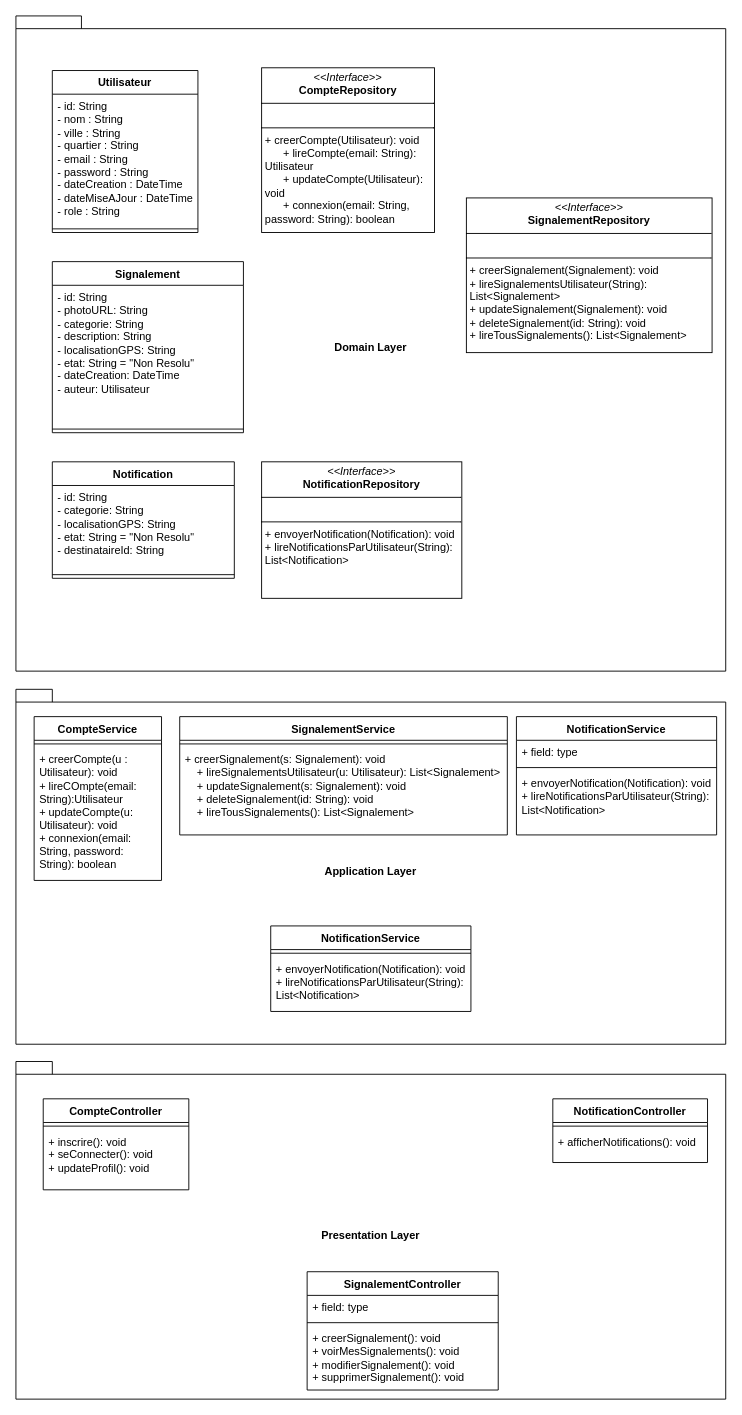
Earlier version of the draw.io diagram diagrams/smartCite_Diagramme_Classe.drawio (VYoungui/SmartCite). Source tidied: cells renumbered, new cells numbered last; positions are measured from the earlier drawing's top-left corner, leaving out a move shared by most shapes. Both pictures are drawn from the tidied source at 91%, with x=0, y=0 at pixel (15, 15).
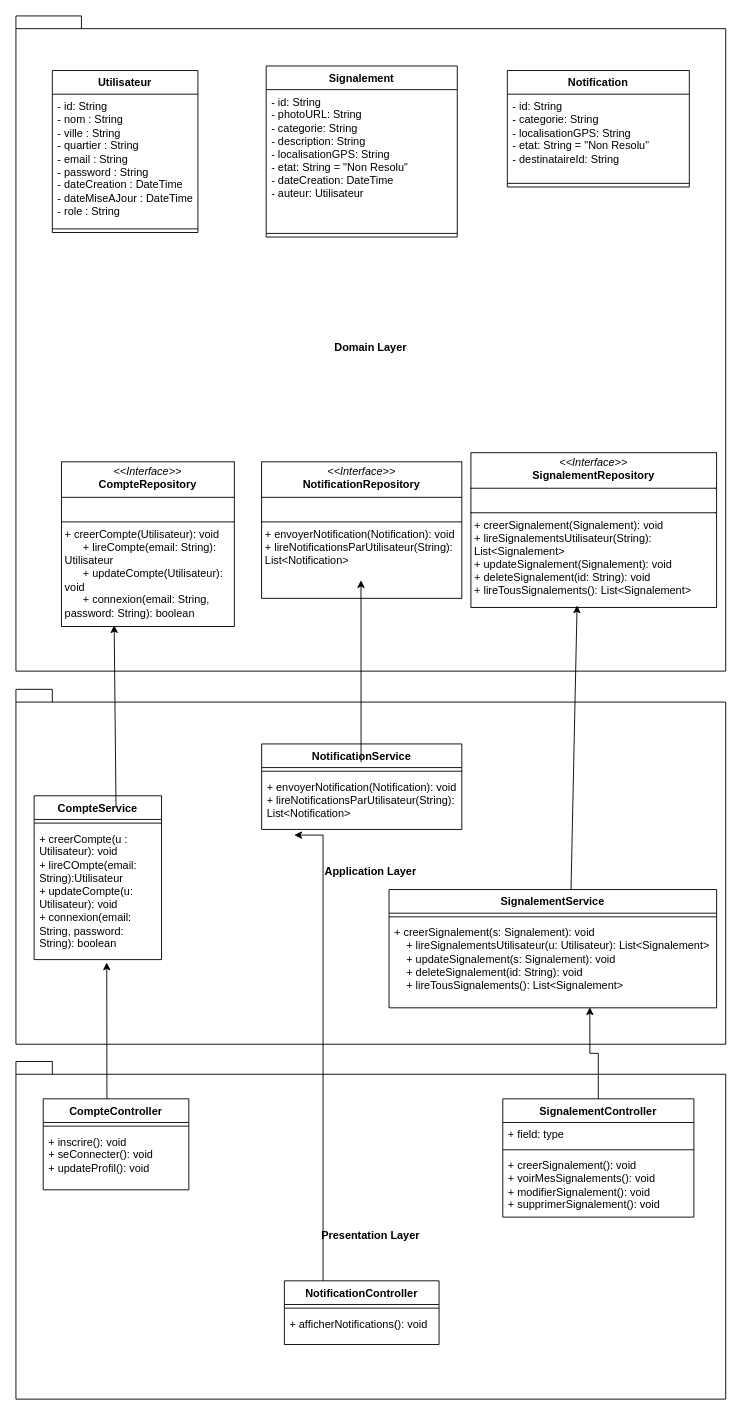
After the change.

Commit message (it also covers changes not shown here):
Mettre à jour smartCite_Diagramme_Classe.drawio

The change refers to these unchanged cells:
```xml
<mxCell id="17" value="+ creerCompte(u : Utilisateur): void&lt;div&gt;+ lireCOmpte(email: String):Utilisateur&lt;/div&gt;&lt;div&gt;+ updateCompte(u: Utilisateur): void&lt;/div&gt;&lt;div&gt;+ connexion(email: String, password: String): boolean&lt;/div&gt;" style="text;strokeColor=none;fillColor=none;align=left;verticalAlign=top;spacingLeft=4;spacingRight=4;overflow=hidden;points=[[0,0.5],[1,0.5]];portConstraint=eastwest;whiteSpace=wrap;html=1;" parent="15" vertex="1">
  <mxGeometry y="34" width="140" height="146" as="geometry" />
</mxCell>
<mxCell id="21" value="&lt;div&gt;+ creerSignalement(s: Signalement): void&lt;/div&gt;&lt;div&gt;&amp;nbsp; &amp;nbsp; + lireSignalementsUtilisateur(u: Utilisateur): List&amp;lt;Signalement&amp;gt;&lt;/div&gt;&lt;div&gt;&amp;nbsp; &amp;nbsp; + updateSignalement(s: Signalement): void&lt;/div&gt;&lt;div&gt;&amp;nbsp; &amp;nbsp; + deleteSignalement(id: String): void&lt;/div&gt;&lt;div&gt;&amp;nbsp; &amp;nbsp; + lireTousSignalements(): List&amp;lt;Signalement&amp;gt;&lt;/div&gt;" style="text;strokeColor=none;fillColor=none;align=left;verticalAlign=top;spacingLeft=4;spacingRight=4;overflow=hidden;points=[[0,0.5],[1,0.5]];portConstraint=eastwest;whiteSpace=wrap;html=1;" parent="19" vertex="1">
  <mxGeometry y="34" width="360" height="96" as="geometry" />
</mxCell>
<mxCell id="28" value="&lt;div&gt;+ envoyerNotification(Notification): void&lt;/div&gt;&lt;div&gt;+ lireNotificationsParUtilisateur(String): List&amp;lt;Notification&amp;gt;&lt;/div&gt;" style="text;strokeColor=none;fillColor=none;align=left;verticalAlign=top;spacingLeft=4;spacingRight=4;overflow=hidden;points=[[0,0.5],[1,0.5]];portConstraint=eastwest;whiteSpace=wrap;html=1;" parent="26" vertex="1">
  <mxGeometry y="34" width="220" height="60" as="geometry" />
</mxCell>
```

What changed in the source:
```diff
@@
     <mxCell id="6" value="Signalement" style="swimlane;fontStyle=1;align=center;verticalAlign=top;horizontal=1;startSize=26;whiteSpace=wrap;html=1;" parent="1" vertex="1">
-      <mxGeometry x="40" y="270" width="210" height="188" as="geometry" />
+      <mxGeometry x="275" y="55" width="210" height="188" as="geometry" />
     </mxCell>
@@
     <mxCell id="9" value="&lt;p style=&quot;margin:0px;margin-top:4px;text-align:center;&quot;&gt;&lt;i&gt;&amp;lt;&amp;lt;Interface&amp;gt;&amp;gt;&lt;/i&gt;&lt;br&gt;&lt;b&gt;CompteRepository&lt;/b&gt;&lt;/p&gt;&lt;hr size=&quot;1&quot; style=&quot;border-style:solid;&quot;&gt;&lt;p style=&quot;margin:0px;margin-left:4px;&quot;&gt;&lt;br&gt;&lt;/p&gt;&lt;hr size=&quot;1&quot; style=&quot;border-style:solid;&quot;&gt;&lt;p style=&quot;margin:0px;margin-left:4px;&quot;&gt;+ creerCompte(Utilisateur): void&lt;/p&gt;&lt;p style=&quot;margin:0px;margin-left:4px;&quot;&gt;&amp;nbsp; &amp;nbsp; &amp;nbsp; + lireCompte(email: String): Utilisateur&lt;/p&gt;&lt;p style=&quot;margin:0px;margin-left:4px;&quot;&gt;&amp;nbsp; &amp;nbsp; &amp;nbsp; + updateCompte(Utilisateur): void&lt;/p&gt;&lt;p style=&quot;margin:0px;margin-left:4px;&quot;&gt;&amp;nbsp; &amp;nbsp; &amp;nbsp; + connexion(email: String, password: String): boolean&lt;/p&gt;" style="verticalAlign=top;align=left;overflow=fill;html=1;whiteSpace=wrap;" parent="1" vertex="1">
-      <mxGeometry x="270" y="57" width="190" height="181" as="geometry" />
+      <mxGeometry x="50" y="490" width="190" height="181" as="geometry" />
     </mxCell>
     <mxCell id="10" value="Notification" style="swimlane;fontStyle=1;align=center;verticalAlign=top;horizontal=1;startSize=26;whiteSpace=wrap;html=1;" parent="1" vertex="1">
-      <mxGeometry x="40" y="490" width="200" height="128" as="geometry" />
+      <mxGeometry x="540" y="60" width="200" height="128" as="geometry" />
     </mxCell>
@@
     <mxCell id="15" value="CompteService" style="swimlane;fontStyle=1;align=center;verticalAlign=top;horizontal=1;startSize=26;whiteSpace=wrap;html=1;" parent="1" vertex="1">
-      <mxGeometry x="20" y="770" width="140" height="180" as="geometry" />
+      <mxGeometry x="20" y="857" width="140" height="180" as="geometry" />
     </mxCell>
@@
     <mxCell id="18" value="&lt;p style=&quot;margin:0px;margin-top:4px;text-align:center;&quot;&gt;&lt;i&gt;&amp;lt;&amp;lt;Interface&amp;gt;&amp;gt;&lt;/i&gt;&lt;br&gt;&lt;b&gt;SignalementRepository&lt;/b&gt;&lt;/p&gt;&lt;hr size=&quot;1&quot; style=&quot;border-style:solid;&quot;&gt;&lt;p style=&quot;margin:0px;margin-left:4px;&quot;&gt;&lt;br&gt;&lt;/p&gt;&lt;hr size=&quot;1&quot; style=&quot;border-style:solid;&quot;&gt;&lt;p style=&quot;margin:0px;margin-left:4px;&quot;&gt;+ creerSignalement(Signalement): void&lt;/p&gt;&lt;p style=&quot;margin:0px;margin-left:4px;&quot;&gt;+ lireSignalementsUtilisateur(String): List&amp;lt;Signalement&amp;gt;&lt;/p&gt;&lt;p style=&quot;margin:0px;margin-left:4px;&quot;&gt;+ updateSignalement(Signalement): void&lt;/p&gt;&lt;p style=&quot;margin:0px;margin-left:4px;&quot;&gt;+ deleteSignalement(id: String): void&lt;/p&gt;&lt;p style=&quot;margin:0px;margin-left:4px;&quot;&gt;+ lireTousSignalements(): List&amp;lt;Signalement&amp;gt;&lt;/p&gt;" style="verticalAlign=top;align=left;overflow=fill;html=1;whiteSpace=wrap;" parent="1" vertex="1">
-      <mxGeometry x="495" y="200" width="270" height="170" as="geometry" />
+      <mxGeometry x="500" y="480" width="270" height="170" as="geometry" />
     </mxCell>
     <mxCell id="19" value="SignalementService" style="swimlane;fontStyle=1;align=center;verticalAlign=top;horizontal=1;startSize=26;whiteSpace=wrap;html=1;" parent="1" vertex="1">
-      <mxGeometry x="180" y="770" width="360" height="130" as="geometry" />
+      <mxGeometry x="410" y="960" width="360" height="130" as="geometry" />
     </mxCell>
@@
-    <mxCell id="22" value="NotificationService" style="swimlane;fontStyle=1;align=center;verticalAlign=top;horizontal=1;startSize=26;whiteSpace=wrap;html=1;" parent="1" vertex="1">
-      <mxGeometry x="550" y="770" width="220" height="130" as="geometry" />
-    </mxCell>
-    <mxCell id="23" value="+ field: type" style="text;strokeColor=none;fillColor=none;align=left;verticalAlign=top;spacingLeft=4;spacingRight=4;overflow=hidden;whiteSpace=wrap;html=1;" parent="22" vertex="1">
-      <mxGeometry y="26" width="220" height="26" as="geometry" />
-    </mxCell>
-    <mxCell id="24" style="line;strokeWidth=1;fillColor=none;align=left;verticalAlign=middle;spacingTop=-1;spacingLeft=3;spacingRight=3;labelPosition=right;strokeColor=inherit;" parent="22" vertex="1">
-      <mxGeometry y="52" width="220" height="8" as="geometry" />
-    </mxCell>
-    <mxCell id="25" value="&lt;div&gt;+ envoyerNotification(Notification): void&lt;/div&gt;&lt;div&gt;+ lireNotificationsParUtilisateur(String): List&amp;lt;Notification&amp;gt;&lt;/div&gt;" style="text;strokeColor=none;fillColor=none;align=left;verticalAlign=top;spacingLeft=4;spacingRight=4;overflow=hidden;whiteSpace=wrap;html=1;" parent="22" vertex="1">
-      <mxGeometry y="60" width="220" height="70" as="geometry" />
-    </mxCell>
     <mxCell id="26" value="NotificationService" style="swimlane;fontStyle=1;align=center;verticalAlign=top;horizontal=1;startSize=26;whiteSpace=wrap;html=1;" parent="1" vertex="1">
-      <mxGeometry x="280" y="1000" width="220" height="94" as="geometry" />
+      <mxGeometry x="270" y="800" width="220" height="94" as="geometry" />
     </mxCell>
@@
     <mxCell id="33" value="SignalementController" style="swimlane;fontStyle=1;align=center;verticalAlign=top;horizontal=1;startSize=26;whiteSpace=wrap;html=1;" parent="1" vertex="1">
-      <mxGeometry x="320" y="1380" width="210" height="130" as="geometry" />
+      <mxGeometry x="535" y="1190" width="210" height="130" as="geometry" />
     </mxCell>
@@
     <mxCell id="37" value="NotificationController" style="swimlane;fontStyle=1;align=center;verticalAlign=top;horizontal=1;startSize=26;whiteSpace=wrap;html=1;" parent="1" vertex="1">
-      <mxGeometry x="590" y="1190" width="170" height="70" as="geometry" />
+      <mxGeometry x="295" y="1390" width="170" height="70" as="geometry" />
     </mxCell>
@@
+    <mxCell id="40" style="endArrow=classic;html=1;rounded=0;entryX=0.305;entryY=0.992;entryDx=0;entryDy=0;entryPerimeter=0;" parent="1" edge="1" target="9">
+      <mxGeometry relative="1" as="geometry">
+        <mxPoint x="110" y="870" as="sourcePoint" />
+      </mxGeometry>
+    </mxCell>
+    <mxCell id="41" style="endArrow=classic;html=1;rounded=0;entryX=0.432;entryY=0.987;entryDx=0;entryDy=0;entryPerimeter=0;" parent="1" edge="1" target="18">
+      <mxGeometry relative="1" as="geometry">
+        <mxPoint x="610" y="960" as="sourcePoint" />
+      </mxGeometry>
+    </mxCell>
+    <mxCell id="42" style="endArrow=classic;html=1;rounded=0;entryX=0.636;entryY=0.867;entryDx=0;entryDy=0;entryPerimeter=0;" parent="1" edge="1">
+      <mxGeometry relative="1" as="geometry">
+        <mxPoint x="379.3" y="820" as="sourcePoint" />
+        <mxPoint x="379.2" y="620.1" as="targetPoint" />
+      </mxGeometry>
+    </mxCell>
+    <mxCell id="43" style="endArrow=classic;html=1;rounded=0;entryX=0.57;entryY=1.022;entryDx=0;entryDy=0;entryPerimeter=0;" parent="1" edge="1" target="17">
+      <mxGeometry relative="1" as="geometry">
+        <mxPoint x="100" y="1190" as="sourcePoint" />
+      </mxGeometry>
+    </mxCell>
+    <mxCell id="44" style="edgeStyle=orthogonalEdgeStyle;rounded=0;jettySize=auto;html=1;exitX=0.25;exitY=0;exitDx=0;exitDy=0;entryX=0.163;entryY=1.103;entryDx=0;entryDy=0;entryPerimeter=0;" parent="1" edge="1" source="37" target="28">
+      <mxGeometry relative="1" as="geometry">
+        <Array as="points">
+          <mxPoint x="337" y="900" />
+        </Array>
+      </mxGeometry>
+    </mxCell>
+    <mxCell id="45" style="edgeStyle=orthogonalEdgeStyle;rounded=0;jettySize=auto;html=1;exitX=0.5;exitY=0;exitDx=0;exitDy=0;entryX=0.613;entryY=0.994;entryDx=0;entryDy=0;entryPerimeter=0;" parent="1" edge="1" source="33" target="21">
+      <mxGeometry relative="1" as="geometry" />
+    </mxCell>
```
